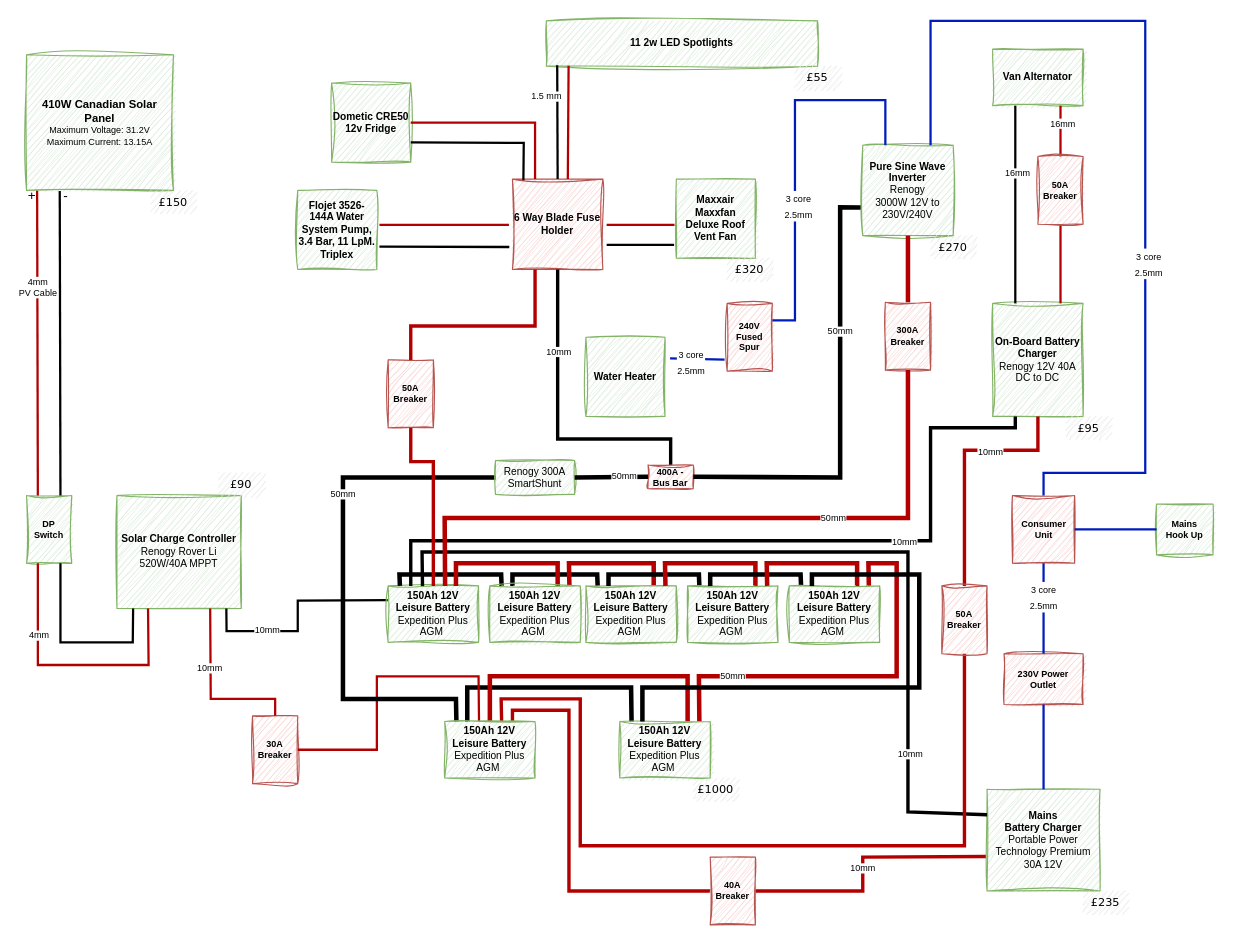
Before: page "Electrical System" (2 of 3) of Designs.drawio in martinlt/reference, a draw.io diagram. Source tidied: cells renumbered, new cells numbered last; positions are measured from the earlier drawing's top-left corner, leaving out a move shared by most shapes. Both pictures are drawn from the tidied source at 113%, with x=0, y=0 at pixel (26, 20).
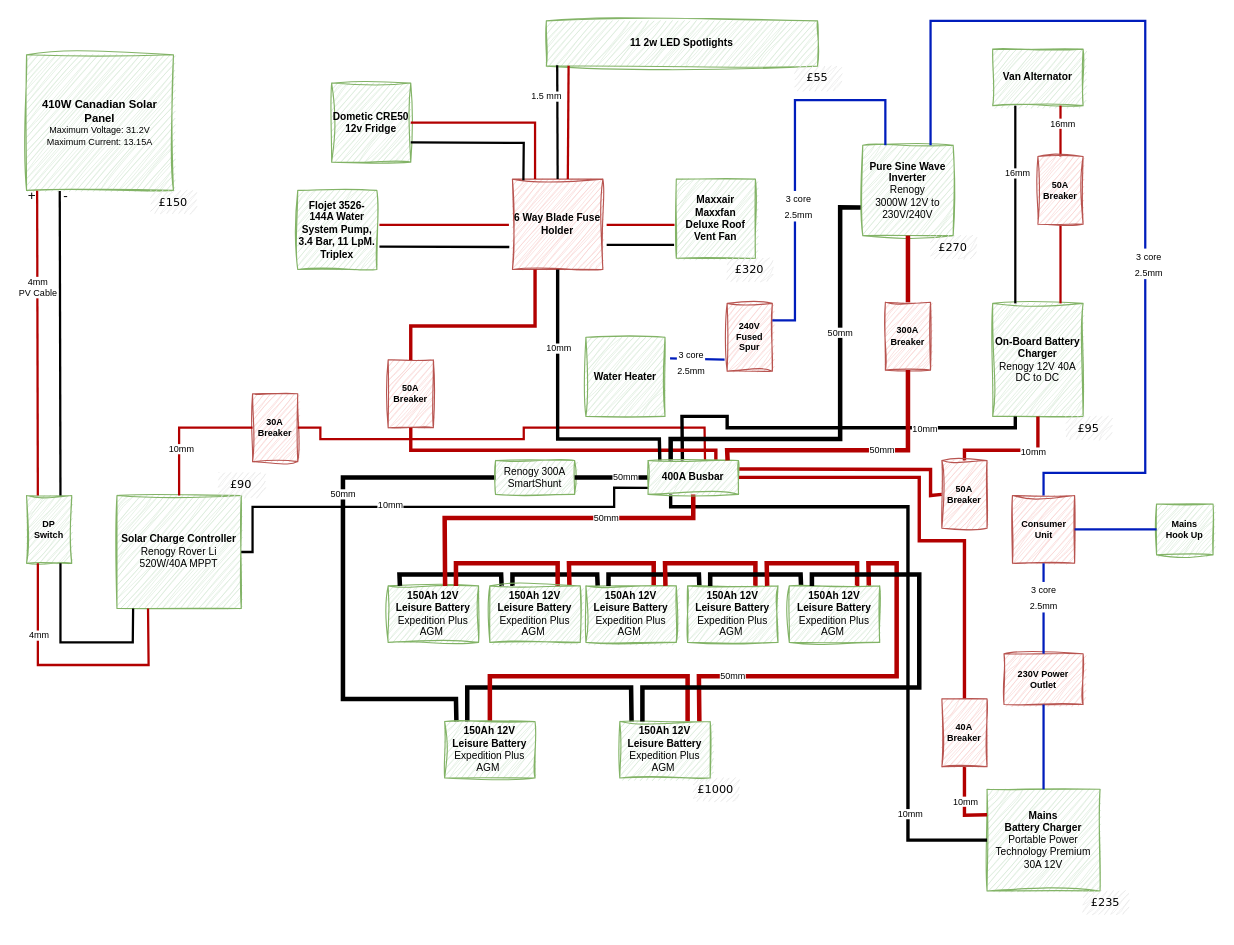
The same page after the edit.

The change refers to these unchanged cells:
```xml
<mxCell id="4" value="&lt;b&gt;Solar Charge Controller&lt;/b&gt;&lt;br&gt;&lt;div style=&quot;&quot;&gt;Renogy Rover Li 520W/40A MPPT&lt;br&gt;&lt;/div&gt;" style="rounded=0;whiteSpace=wrap;html=1;sketch=1;curveFitting=1;jiggle=2;fontSize=9;fillColor=#d5e8d4;strokeColor=#82b366;points=[[0,0,0,0,0],[0,0.25,0,0,0],[0,0.5,0,0,0],[0,0.75,0,0,0],[0,1,0,0,0],[0.13,1,0,0,0],[0.25,0,0,0,0],[0.25,1,0,0,0],[0.37,1,0,0,0],[0.5,0,0,0,0],[0.5,1,0,0,0],[0.63,1,0,0,0],[0.75,0,0,0,0],[0.75,1,0,0,0],[0.88,1,0,0,0],[1,0,0,0,0],[1,0.25,0,0,0],[1,0.5,0,0,0],[1,0.75,0,0,0],[1,1,0,0,0]];" parent="1" vertex="1">
  <mxGeometry x="80" y="420" width="110" height="100" as="geometry" />
</mxCell>
<mxCell id="15" value="&lt;b&gt;150Ah 12V &lt;br&gt;Leisure Battery&lt;br&gt;&lt;/b&gt;Expedition Plus AGM&amp;nbsp;" style="rounded=0;whiteSpace=wrap;html=1;sketch=1;curveFitting=1;jiggle=2;fontSize=9;fillColor=#d5e8d4;strokeColor=#82b366;points=[[0,0,0,0,0],[0,0.25,0,0,0],[0,0.5,0,0,0],[0,0.75,0,0,0],[0,1,0,0,0],[0.13,0,0,0,0],[0.25,0,0,0,0],[0.25,1,0,0,0],[0.38,0,0,0,0],[0.5,0,0,0,0],[0.5,1,0,0,0],[0.63,0,0,0,0],[0.75,0,0,0,0],[0.75,1,0,0,0],[0.88,0,0,0,0],[1,0,0,0,0],[1,0.25,0,0,0],[1,0.5,0,0,0],[1,0.75,0,0,0],[1,1,0,0,0]];" parent="1" vertex="1">
  <mxGeometry x="320" y="500" width="80" height="50" as="geometry" />
</mxCell>
<mxCell id="26" value="&lt;b&gt;Mains &lt;/b&gt;&lt;br&gt;&lt;b&gt;Battery Charger&lt;/b&gt;&lt;br&gt;Portable Power Technology Premium 30A 12V" style="rounded=0;whiteSpace=wrap;html=1;sketch=1;curveFitting=1;jiggle=2;fontSize=9;fillColor=#d5e8d4;strokeColor=#82b366;" parent="1" vertex="1">
  <mxGeometry x="850" y="680" width="100" height="90" as="geometry" />
</mxCell>
<mxCell id="36" value="&lt;b&gt;On-Board Battery Charger&lt;br&gt;&lt;/b&gt;Renogy 12V 40A DC to DC" style="rounded=0;whiteSpace=wrap;html=1;sketch=1;curveFitting=1;jiggle=2;fontSize=9;fillColor=#d5e8d4;strokeColor=#82b366;" parent="1" vertex="1">
  <mxGeometry x="855" y="250" width="80" height="100" as="geometry" />
</mxCell>
<mxCell id="44" value="&lt;b&gt;Pure Sine Wave Inverter&lt;br&gt;&lt;/b&gt;Renogy&lt;br&gt;3000W 12V to 230V/240V" style="rounded=0;whiteSpace=wrap;html=1;sketch=1;curveFitting=1;jiggle=2;fontSize=9;fillColor=#d5e8d4;strokeColor=#82b366;" parent="1" vertex="1">
  <mxGeometry x="740" y="110" width="80" height="80" as="geometry" />
</mxCell>
<mxCell id="45" value="&lt;span style=&quot;font-size: 8px;&quot;&gt;&lt;b style=&quot;font-size: 8px;&quot;&gt;300A&lt;br&gt;Breaker&lt;br&gt;&lt;/b&gt;&lt;/span&gt;" style="rounded=0;whiteSpace=wrap;html=1;sketch=1;curveFitting=1;jiggle=2;fontSize=8;fillColor=#f8cecc;strokeColor=#b85450;" parent="1" vertex="1">
  <mxGeometry x="760" y="249" width="40" height="60" as="geometry" />
</mxCell>
<mxCell id="51" value="&lt;b&gt;6 Way Blade Fuse Holder&lt;/b&gt;" style="rounded=0;whiteSpace=wrap;html=1;sketch=1;curveFitting=1;jiggle=2;fontSize=9;fillColor=#f8cecc;strokeColor=#b85450;" parent="1" vertex="1">
  <mxGeometry x="430" y="140" width="80" height="80" as="geometry" />
</mxCell>
<mxCell id="52" value="&lt;span style=&quot;font-size: 8px;&quot;&gt;&lt;b style=&quot;font-size: 8px;&quot;&gt;50A&lt;br&gt;Breaker&lt;br&gt;&lt;/b&gt;&lt;/span&gt;" style="rounded=0;whiteSpace=wrap;html=1;sketch=1;curveFitting=1;jiggle=2;fontSize=8;fillColor=#f8cecc;strokeColor=#b85450;" parent="1" vertex="1">
  <mxGeometry x="320" y="300" width="40" height="60" as="geometry" />
</mxCell>
<mxCell id="97" value="&lt;b&gt;150Ah 12V &lt;br&gt;Leisure Battery&lt;br&gt;&lt;/b&gt;Expedition Plus AGM&amp;nbsp;" style="rounded=0;whiteSpace=wrap;html=1;sketch=1;curveFitting=1;jiggle=2;fontSize=9;fillColor=#d5e8d4;strokeColor=#82b366;points=[[0,0,0,0,0],[0,0.25,0,0,0],[0,0.5,0,0,0],[0,0.75,0,0,0],[0,1,0,0,0],[0.13,0,0,0,0],[0.25,0,0,0,0],[0.25,1,0,0,0],[0.38,0,0,0,0],[0.5,0,0,0,0],[0.5,1,0,0,0],[0.63,0,0,0,0],[0.75,0,0,0,0],[0.75,1,0,0,0],[0.88,0,0,0,0],[1,0,0,0,0],[1,0.25,0,0,0],[1,0.5,0,0,0],[1,0.75,0,0,0],[1,1,0,0,0]];" parent="1" vertex="1">
  <mxGeometry x="370" y="620" width="80" height="50" as="geometry" />
</mxCell>
<mxCell id="108" value="Renogy 300A SmartShunt" style="rounded=0;whiteSpace=wrap;html=1;sketch=1;curveFitting=1;jiggle=2;fontSize=9;fillColor=#d5e8d4;strokeColor=#82b366;" parent="1" vertex="1">
  <mxGeometry x="415" y="389" width="70" height="30" as="geometry" />
</mxCell>
```

Change to the diagram source:
```diff
@@
-    <mxCell id="13" style="endArrow=none;html=1;rounded=0;exitX=0;exitY=0.25;exitDx=0;exitDy=0;strokeWidth=2;entryX=0.88;entryY=1;entryDx=0;entryDy=0;entryPerimeter=0;" parent="1" edge="1" source="15" target="4">
+    <mxCell id="13" style="endArrow=none;html=1;rounded=0;exitX=0.007;exitY=0.805;exitDx=0;exitDy=0;strokeWidth=2;entryX=1;entryY=0.5;entryDx=0;entryDy=0;entryPerimeter=0;exitPerimeter=0;" parent="1" edge="1" source="114" target="4">
       <mxGeometry relative="1" as="geometry">
         <Array as="points">
-          <mxPoint x="240" y="513" />
-          <mxPoint x="240" y="540" />
-          <mxPoint x="177" y="540" />
+          <mxPoint x="520" y="413" />
+          <mxPoint x="520" y="430" />
+          <mxPoint x="200" y="430" />
+          <mxPoint x="200" y="470" />
         </Array>
       </mxGeometry>
     </mxCell>
     <mxCell id="14" value="10mm" style="edgeLabel;html=1;align=center;verticalAlign=middle;fontSize=8;" parent="13" vertex="1">
-      <mxGeometry x="0.42" y="-2" relative="1" as="geometry" />
+      <mxGeometry x="0.42" y="-2" relative="1" as="geometry">
+        <mxPoint x="50" as="offset" />
+      </mxGeometry>
     </mxCell>
@@
     <mxCell id="22" value="&lt;span style=&quot;font-size: 8px;&quot;&gt;&lt;b style=&quot;font-size: 8px;&quot;&gt;30A Breaker&lt;br&gt;&lt;/b&gt;&lt;/span&gt;" style="rounded=0;whiteSpace=wrap;html=1;sketch=1;curveFitting=1;jiggle=2;fontSize=8;fillColor=#f8cecc;strokeColor=#b85450;" parent="1" vertex="1">
-      <mxGeometry x="200" y="615" width="40" height="60" as="geometry" />
+      <mxGeometry x="200" y="330" width="40" height="60" as="geometry" />
     </mxCell>
-    <mxCell id="23" style="endArrow=none;html=1;rounded=0;strokeWidth=2;entryX=1;entryY=0.5;entryDx=0;entryDy=0;strokeColor=#B20000;fillColor=#e51400;exitX=0.38;exitY=0;exitDx=0;exitDy=0;exitPerimeter=0;" parent="1" edge="1" source="97" target="22">
+    <mxCell id="23" style="endArrow=none;html=1;rounded=0;strokeWidth=2;entryX=1;entryY=0.5;entryDx=0;entryDy=0;strokeColor=#B20000;fillColor=#e51400;exitX=0.63;exitY=0;exitDx=0;exitDy=0;exitPerimeter=0;" parent="1" edge="1" source="114" target="22">
       <mxGeometry relative="1" as="geometry">
         <Array as="points">
-          <mxPoint x="400" y="580" />
-          <mxPoint x="310" y="580" />
-          <mxPoint x="310" y="645" />
+          <mxPoint x="600" y="360" />
+          <mxPoint x="440" y="360" />
+          <mxPoint x="440" y="370" />
+          <mxPoint x="260" y="370" />
+          <mxPoint x="260" y="360" />
         </Array>
       </mxGeometry>
     </mxCell>
-    <mxCell id="24" style="endArrow=none;html=1;rounded=0;exitX=0.5;exitY=0;exitDx=0;exitDy=0;strokeWidth=2;entryX=0.75;entryY=1;entryDx=0;entryDy=0;strokeColor=#B20000;fillColor=#e51400;entryPerimeter=0;" parent="1" edge="1" source="22" target="4">
+    <mxCell id="24" style="endArrow=none;html=1;rounded=0;exitX=0;exitY=0.5;exitDx=0;exitDy=0;strokeWidth=2;entryX=0.5;entryY=0;entryDx=0;entryDy=0;strokeColor=#B20000;fillColor=#e51400;entryPerimeter=0;" parent="1" edge="1" source="22" target="4">
       <mxGeometry relative="1" as="geometry">
         <Array as="points">
-          <mxPoint x="220" y="600" />
-          <mxPoint x="163" y="600" />
+          <mxPoint x="135" y="360" />
         </Array>
       </mxGeometry>
     </mxCell>
@@
-    <mxCell id="27" style="endArrow=none;html=1;rounded=0;strokeWidth=3;entryX=0.75;entryY=0;entryDx=0;entryDy=0;strokeColor=#B20000;fillColor=#e51400;entryPerimeter=0;exitX=0;exitY=0.5;exitDx=0;exitDy=0;" parent="1" edge="1" source="86" target="97">
+    <mxCell id="27" style="endArrow=none;html=1;rounded=0;strokeWidth=3;entryX=1;entryY=0.5;entryDx=0;entryDy=0;strokeColor=#B20000;fillColor=#e51400;entryPerimeter=0;exitX=0.5;exitY=0;exitDx=0;exitDy=0;" parent="1" edge="1" source="86" target="114">
       <mxGeometry relative="1" as="geometry">
         <Array as="points">
-          <mxPoint x="480" y="770" />
-          <mxPoint x="480" y="610" />
-          <mxPoint x="430" y="610" />
+          <mxPoint x="830" y="460" />
+          <mxPoint x="790" y="460" />
+          <mxPoint x="790" y="404" />
         </Array>
       </mxGeometry>
     </mxCell>
-    <mxCell id="28" style="endArrow=none;html=1;rounded=0;strokeWidth=3;strokeColor=#000000;exitX=0;exitY=0.25;exitDx=0;exitDy=0;entryX=0.38;entryY=0;entryDx=0;entryDy=0;entryPerimeter=0;" parent="1" edge="1" source="26" target="15">
+    <mxCell id="28" style="endArrow=none;html=1;rounded=0;strokeWidth=3;strokeColor=#000000;exitX=0;exitY=0.5;exitDx=0;exitDy=0;entryX=0.25;entryY=1;entryDx=0;entryDy=0;entryPerimeter=0;" parent="1" edge="1" source="26" target="114">
       <mxGeometry relative="1" as="geometry">
         <Array as="points">
-          <mxPoint x="780" y="700" />
-          <mxPoint x="780" y="470" />
-          <mxPoint x="350" y="470" />
+          <mxPoint x="780" y="725" />
+          <mxPoint x="780" y="430" />
+          <mxPoint x="570" y="430" />
         </Array>
       </mxGeometry>
     </mxCell>
@@
-    <mxCell id="37" style="endArrow=none;html=1;rounded=0;strokeWidth=3;entryX=0.63;entryY=0;entryDx=0;entryDy=0;strokeColor=#B20000;fillColor=#e51400;entryPerimeter=0;exitX=0.5;exitY=1;exitDx=0;exitDy=0;" parent="1" edge="1" source="80" target="97">
+    <mxCell id="37" style="endArrow=none;html=1;rounded=0;strokeWidth=3;entryX=1;entryY=0.25;entryDx=0;entryDy=0;strokeColor=#B20000;fillColor=#e51400;entryPerimeter=0;exitX=0;exitY=0.5;exitDx=0;exitDy=0;" parent="1" edge="1" source="80" target="114">
       <mxGeometry relative="1" as="geometry">
         <Array as="points">
-          <mxPoint x="830" y="730" />
-          <mxPoint x="490" y="730" />
-          <mxPoint x="490" y="600" />
-          <mxPoint x="420" y="600" />
+          <mxPoint x="800" y="420" />
+          <mxPoint x="800" y="397" />
         </Array>
       </mxGeometry>
     </mxCell>
-    <mxCell id="38" style="endArrow=none;html=1;rounded=0;exitX=0.25;exitY=1;exitDx=0;exitDy=0;strokeWidth=3;entryX=0.25;entryY=0;entryDx=0;entryDy=0;strokeColor=#000000;entryPerimeter=0;" parent="1" edge="1" source="36" target="15">
+    <mxCell id="38" style="endArrow=none;html=1;rounded=0;exitX=0.25;exitY=1;exitDx=0;exitDy=0;strokeWidth=3;entryX=0.38;entryY=0;entryDx=0;entryDy=0;strokeColor=#000000;entryPerimeter=0;" parent="1" edge="1" source="36" target="114">
       <mxGeometry relative="1" as="geometry">
         <Array as="points">
           <mxPoint x="875" y="360" />
-          <mxPoint x="800" y="360" />
-          <mxPoint x="800" y="460" />
-          <mxPoint x="340" y="460" />
+          <mxPoint x="620" y="360" />
+          <mxPoint x="620" y="350" />
+          <mxPoint x="580" y="350" />
         </Array>
       </mxGeometry>
     </mxCell>
     <mxCell id="39" value="10mm" style="edgeLabel;html=1;align=center;verticalAlign=middle;fontSize=8;" parent="38" vertex="1">
-      <mxGeometry x="-0.39" relative="1" as="geometry" />
+      <mxGeometry x="-0.39" relative="1" as="geometry">
+        <mxPoint x="17" as="offset" />
+      </mxGeometry>
     </mxCell>
@@
-    <mxCell id="46" style="endArrow=none;html=1;rounded=0;strokeWidth=4;entryX=0.63;entryY=0;entryDx=0;entryDy=0;strokeColor=#B20000;entryPerimeter=0;exitX=0.5;exitY=1;exitDx=0;exitDy=0;fillColor=#e51400;" parent="1" edge="1" source="45" target="15">
+    <mxCell id="46" style="endArrow=none;html=1;rounded=0;strokeWidth=4;entryX=0.63;entryY=0;entryDx=0;entryDy=0;strokeColor=#B20000;entryPerimeter=0;exitX=0.5;exitY=1;exitDx=0;exitDy=0;fillColor=#e51400;exitPerimeter=0;" parent="1" edge="1" source="114" target="15">
       <mxGeometry relative="1" as="geometry">
         <Array as="points">
-          <mxPoint x="780" y="440" />
+          <mxPoint x="590" y="440" />
           <mxPoint x="370" y="440" />
         </Array>
       </mxGeometry>
     </mxCell>
@@
-    <mxCell id="53" style="endArrow=none;html=1;rounded=0;strokeWidth=3;strokeColor=#B20000;exitX=0.5;exitY=1;exitDx=0;exitDy=0;fillColor=#e51400;entryX=0.5;entryY=0;entryDx=0;entryDy=0;entryPerimeter=0;" parent="1" edge="1" source="52" target="15">
+    <mxCell id="53" style="endArrow=none;html=1;rounded=0;strokeWidth=3;strokeColor=#B20000;exitX=0.5;exitY=1;exitDx=0;exitDy=0;fillColor=#e51400;entryX=0.75;entryY=0;entryDx=0;entryDy=0;entryPerimeter=0;" parent="1" edge="1" source="52" target="114">
       <mxGeometry relative="1" as="geometry">
         <Array as="points">
-          <mxPoint x="340" y="390" />
-          <mxPoint x="360" y="390" />
+          <mxPoint x="340" y="380" />
+          <mxPoint x="610" y="380" />
         </Array>
       </mxGeometry>
     </mxCell>
@@
-    <mxCell id="55" style="endArrow=none;html=1;rounded=0;strokeWidth=3;strokeColor=#000000;fillColor=#e51400;entryX=0.5;entryY=1;entryDx=0;entryDy=0;exitX=0.5;exitY=0;exitDx=0;exitDy=0;" parent="1" edge="1" source="109" target="51">
+    <mxCell id="55" style="endArrow=none;html=1;rounded=0;strokeWidth=3;strokeColor=#000000;fillColor=#e51400;entryX=0.5;entryY=1;entryDx=0;entryDy=0;exitX=0.13;exitY=0;exitDx=0;exitDy=0;exitPerimeter=0;" parent="1" edge="1" source="114" target="51">
       <mxGeometry relative="1" as="geometry">
         <Array as="points">
-          <mxPoint x="570" y="370" />
+          <mxPoint x="560" y="370" />
           <mxPoint x="470" y="370" />
         </Array>
       </mxGeometry>
     </mxCell>
@@
     <mxCell id="80" value="&lt;span style=&quot;font-size: 8px;&quot;&gt;&lt;b style=&quot;font-size: 8px;&quot;&gt;50A&lt;br&gt;Breaker&lt;br&gt;&lt;/b&gt;&lt;/span&gt;" style="rounded=0;whiteSpace=wrap;html=1;sketch=1;curveFitting=1;jiggle=2;fontSize=8;fillColor=#f8cecc;strokeColor=#b85450;" parent="1" vertex="1">
-      <mxGeometry x="810" y="500" width="40" height="60" as="geometry" />
+      <mxGeometry x="810" y="389" width="40" height="60" as="geometry" />
     </mxCell>
@@
-    <mxCell id="84" style="endArrow=none;html=1;rounded=0;strokeWidth=3;entryX=1;entryY=0.5;entryDx=0;entryDy=0;strokeColor=#B20000;fillColor=#e51400;exitX=-0.011;exitY=0.661;exitDx=0;exitDy=0;exitPerimeter=0;" parent="1" edge="1" source="26" target="86">
+    <mxCell id="84" style="endArrow=none;html=1;rounded=0;strokeWidth=3;entryX=0.5;entryY=1;entryDx=0;entryDy=0;strokeColor=#B20000;fillColor=#e51400;exitX=0;exitY=0.25;exitDx=0;exitDy=0;" parent="1" edge="1" source="26" target="86">
       <mxGeometry relative="1" as="geometry">
         <Array as="points">
-          <mxPoint x="740" y="740" />
-          <mxPoint x="740" y="770" />
+          <mxPoint x="830" y="703" />
         </Array>
       </mxGeometry>
     </mxCell>
     <mxCell id="85" value="10mm" style="edgeLabel;html=1;align=center;verticalAlign=middle;fontSize=8;" parent="84" vertex="1">
       <mxGeometry x="-0.37" y="1" relative="1" as="geometry">
-        <mxPoint x="-35" y="9" as="offset" />
+        <mxPoint x="1" y="-13" as="offset" />
       </mxGeometry>
     </mxCell>
     <mxCell id="86" value="&lt;span style=&quot;font-size: 8px;&quot;&gt;&lt;b style=&quot;font-size: 8px;&quot;&gt;40A&lt;br&gt;Breaker&lt;br&gt;&lt;/b&gt;&lt;/span&gt;" style="rounded=0;whiteSpace=wrap;html=1;sketch=1;curveFitting=1;jiggle=2;fontSize=8;fillColor=#f8cecc;strokeColor=#b85450;" parent="1" vertex="1">
-      <mxGeometry x="605" y="740" width="40" height="60" as="geometry" />
+      <mxGeometry x="810" y="600" width="40" height="60" as="geometry" />
     </mxCell>
@@
-    <mxCell id="109" value="&lt;span style=&quot;font-size: 8px;&quot;&gt;&lt;b style=&quot;font-size: 8px;&quot;&gt;400A - Bus Bar&lt;/b&gt;&lt;/span&gt;" style="rounded=0;whiteSpace=wrap;html=1;fontSize=8;fillColor=#f8cecc;strokeColor=#b85450;sketch=1;curveFitting=1;jiggle=2;" parent="1" vertex="1">
-      <mxGeometry x="550" y="393" width="40" height="21" as="geometry" />
-    </mxCell>
-    <mxCell id="110" style="endArrow=none;html=1;rounded=0;strokeWidth=4;strokeColor=#000000;exitX=-0.024;exitY=0.688;exitDx=0;exitDy=0;fillColor=#e51400;entryX=1;entryY=0.5;entryDx=0;entryDy=0;exitPerimeter=0;" parent="1" edge="1" source="44" target="109">
+    <mxCell id="110" style="endArrow=none;html=1;rounded=0;strokeWidth=4;strokeColor=#000000;exitX=-0.024;exitY=0.688;exitDx=0;exitDy=0;fillColor=#e51400;entryX=0.25;entryY=0;entryDx=0;entryDy=0;exitPerimeter=0;entryPerimeter=0;" parent="1" edge="1" source="44" target="114">
       <mxGeometry relative="1" as="geometry">
         <Array as="points">
           <mxPoint x="720" y="165" />
-          <mxPoint x="720" y="404" />
+          <mxPoint x="720" y="370" />
+          <mxPoint x="570" y="370" />
         </Array>
       </mxGeometry>
     </mxCell>
@@
-    <mxCell id="112" style="endArrow=none;html=1;rounded=0;strokeWidth=4;strokeColor=#000000;exitX=0;exitY=0.5;exitDx=0;exitDy=0;fillColor=#e51400;entryX=1;entryY=0.5;entryDx=0;entryDy=0;" parent="1" edge="1" source="109" target="108">
+    <mxCell id="112" style="endArrow=none;html=1;rounded=0;strokeWidth=4;strokeColor=#000000;exitX=0;exitY=0.5;exitDx=0;exitDy=0;fillColor=#e51400;entryX=1;entryY=0.5;entryDx=0;entryDy=0;exitPerimeter=0;" parent="1" edge="1" source="114" target="108">
       <mxGeometry relative="1" as="geometry" />
     </mxCell>
@@
+    <mxCell id="114" value="&lt;b&gt;400A Busbar&lt;/b&gt;" style="rounded=0;whiteSpace=wrap;html=1;sketch=1;curveFitting=1;jiggle=2;fontSize=9;fillColor=#d5e8d4;strokeColor=#82b366;points=[[0,0,0,0,0],[0,0.25,0,0,0],[0,0.5,0,0,0],[0,0.75,0,0,0],[0,1,0,0,0],[0.13,0,0,0,0],[0.25,0,0,0,0],[0.25,1,0,0,0],[0.38,0,0,0,0],[0.5,0,0,0,0],[0.5,1,0,0,0],[0.63,0,0,0,0],[0.75,0,0,0,0],[0.75,1,0,0,0],[0.88,0,0,0,0],[1,0,0,0,0],[1,0.25,0,0,0],[1,0.5,0,0,0],[1,0.75,0,0,0],[1,1,0,0,0]];" parent="1" vertex="1">
+      <mxGeometry x="550" y="389" width="80" height="30" as="geometry" />
+    </mxCell>
+    <mxCell id="115" style="endArrow=none;html=1;rounded=0;strokeWidth=4;entryX=0.88;entryY=0;entryDx=0;entryDy=0;strokeColor=#B20000;entryPerimeter=0;exitX=0.5;exitY=1;exitDx=0;exitDy=0;fillColor=#e51400;" parent="1" edge="1" source="45" target="114">
+      <mxGeometry relative="1" as="geometry">
+        <Array as="points">
+          <mxPoint x="780" y="380" />
+          <mxPoint x="620" y="380" />
+        </Array>
+      </mxGeometry>
+    </mxCell>
+    <mxCell id="116" value="50mm" style="edgeLabel;html=1;align=center;verticalAlign=middle;fontSize=8;" parent="115" vertex="1">
+      <mxGeometry x="-0.34" y="-1" relative="1" as="geometry">
+        <mxPoint x="-16" as="offset" />
+      </mxGeometry>
+    </mxCell>
```
